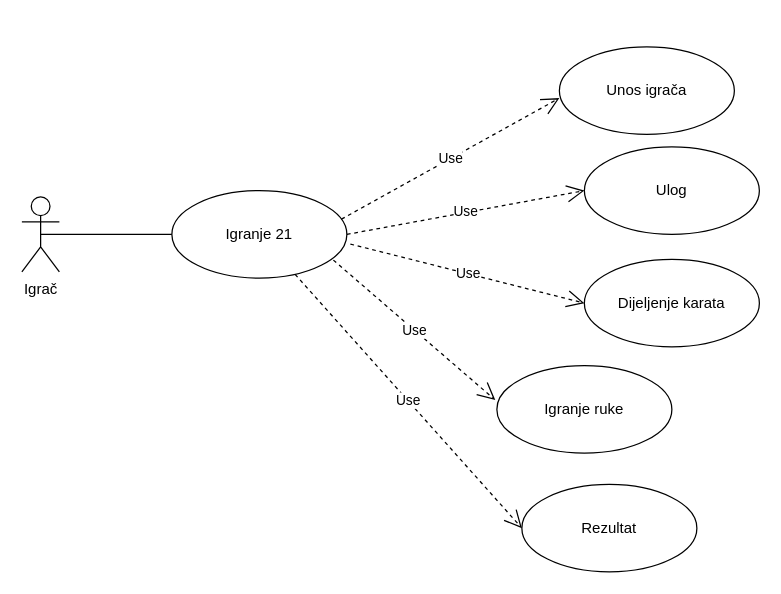
avrkic/21 keeps this draw.io diagram as page "Dijagram korištenja 21" (1 of 6) of Untitled Diagram.drawio. Above is the earlier version. Source tidied: cells renumbered, new cells numbered last; positions are measured from the earlier drawing's top-left corner, leaving out a move shared by most shapes. Both pictures are drawn from the tidied source at 125%, with x=0, y=0 at pixel (21, 46).
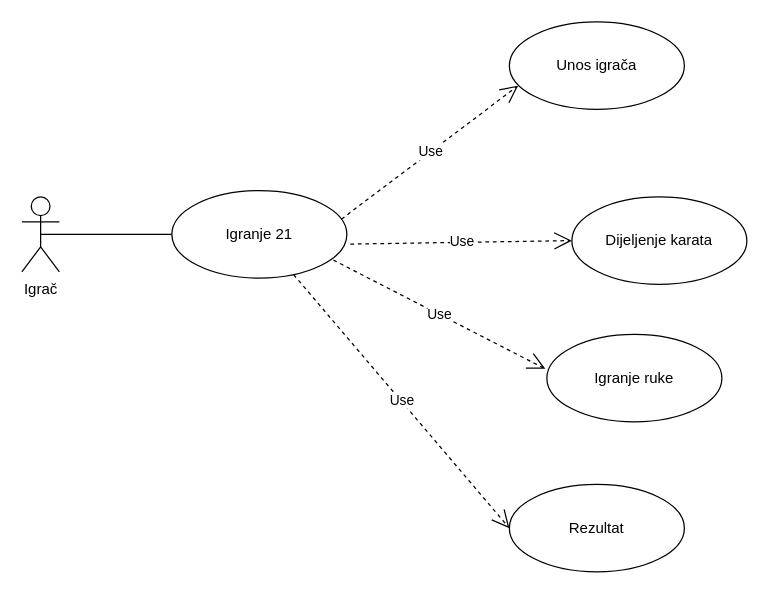
The same page after the edit.

Diff of the diagram source:
```diff
@@
 <mxGraphModel>
   <root>
     <mxCell id="0" />
     <mxCell id="1" parent="0" />
     <mxCell id="2" value="Igranje 21" style="ellipse;whiteSpace=wrap;html=1;" parent="1" vertex="1">
       <mxGeometry x="120" y="115" width="140" height="70" as="geometry" />
     </mxCell>
     <mxCell id="3" value="Igrač" style="shape=umlActor;verticalLabelPosition=bottom;verticalAlign=top;html=1;" parent="1" vertex="1">
       <mxGeometry y="120" width="30" height="60" as="geometry" />
     </mxCell>
     <mxCell id="4" value="Unos igrača" style="ellipse;whiteSpace=wrap;html=1;" parent="1" vertex="1">
-      <mxGeometry x="430" width="140" height="70" as="geometry" />
+      <mxGeometry x="390" y="-20" width="140" height="70" as="geometry" />
     </mxCell>
-    <mxCell id="5" value="Ulog" style="ellipse;whiteSpace=wrap;html=1;" parent="1" vertex="1">
-      <mxGeometry x="450" y="80" width="140" height="70" as="geometry" />
-    </mxCell>
     <mxCell id="6" value="Dijeljenje karata" style="ellipse;whiteSpace=wrap;html=1;" parent="1" vertex="1">
-      <mxGeometry x="450" y="170" width="140" height="70" as="geometry" />
+      <mxGeometry x="440" y="120" width="140" height="70" as="geometry" />
     </mxCell>
     <mxCell id="7" value="Igranje ruke" style="ellipse;whiteSpace=wrap;html=1;" parent="1" vertex="1">
-      <mxGeometry x="380" y="255" width="140" height="70" as="geometry" />
+      <mxGeometry x="420" y="230" width="140" height="70" as="geometry" />
     </mxCell>
     <mxCell id="8" value="Rezultat" style="ellipse;whiteSpace=wrap;html=1;" parent="1" vertex="1">
-      <mxGeometry x="400" y="350" width="140" height="70" as="geometry" />
+      <mxGeometry x="390" y="350" width="140" height="70" as="geometry" />
     </mxCell>
-    <mxCell id="9" value="Use" style="endArrow=open;endSize=12;dashed=1;html=1;exitX=0.969;exitY=0.326;exitDx=0;exitDy=0;exitPerimeter=0;" parent="1" edge="1" source="2">
-      <mxGeometry relative="1" as="geometry">
-        <mxPoint x="430" y="41" as="targetPoint" />
-      </mxGeometry>
+    <mxCell id="9" value="Use" style="endArrow=open;endSize=12;dashed=1;html=1;exitX=0.969;exitY=0.326;exitDx=0;exitDy=0;exitPerimeter=0;entryX=0.05;entryY=0.729;entryDx=0;entryDy=0;entryPerimeter=0;" parent="1" edge="1" source="2" target="4">
+      <mxGeometry relative="1" as="geometry" />
     </mxCell>
-    <mxCell id="10" value="Use" style="endArrow=open;endSize=12;dashed=1;html=1;exitX=1;exitY=0.5;exitDx=0;exitDy=0;entryX=0;entryY=0.5;entryDx=0;entryDy=0;" parent="1" edge="1" source="2" target="5">
-      <mxGeometry relative="1" as="geometry" />
-    </mxCell>
     <mxCell id="11" value="Use" style="endArrow=open;endSize=12;dashed=1;html=1;exitX=1.02;exitY=0.611;exitDx=0;exitDy=0;exitPerimeter=0;entryX=0;entryY=0.5;entryDx=0;entryDy=0;" parent="1" edge="1" source="2" target="6">
       <mxGeometry relative="1" as="geometry" />
     </mxCell>
     <mxCell id="12" value="Use" style="endArrow=open;endSize=12;dashed=1;html=1;entryX=-0.009;entryY=0.394;entryDx=0;entryDy=0;entryPerimeter=0;exitX=0.923;exitY=0.794;exitDx=0;exitDy=0;exitPerimeter=0;" parent="1" edge="1" source="2" target="7">
       <mxGeometry relative="1" as="geometry" />
     </mxCell>
     <mxCell id="13" value="Use" style="endArrow=open;endSize=12;dashed=1;html=1;entryX=0;entryY=0.5;entryDx=0;entryDy=0;" parent="1" edge="1" source="2" target="8">
       <mxGeometry relative="1" as="geometry" />
     </mxCell>
     <mxCell id="14" style="endArrow=none;html=1;exitX=0.5;exitY=0.5;exitDx=0;exitDy=0;exitPerimeter=0;entryX=0;entryY=0.5;entryDx=0;entryDy=0;" parent="1" edge="1" source="3" target="2">
       <mxGeometry relative="1" as="geometry" />
     </mxCell>
   </root>
 </mxGraphModel>
```
